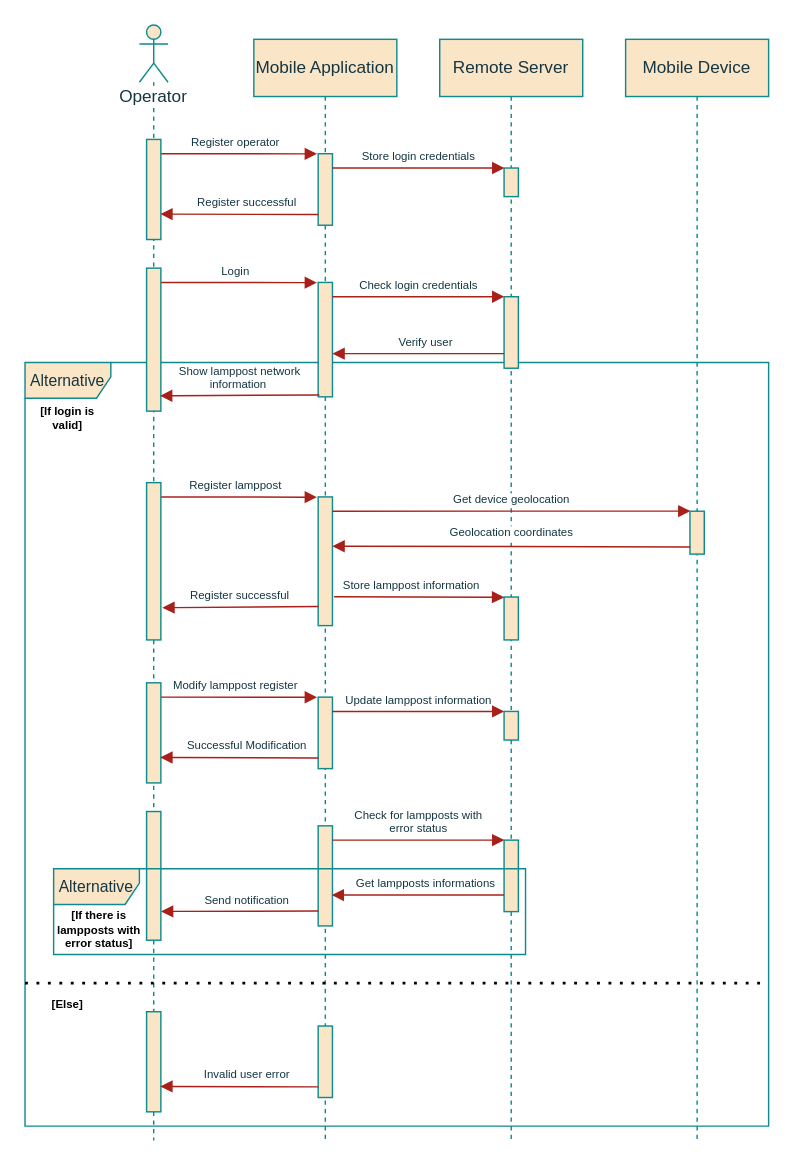
ESRGgroup9/slipad keeps this draw.io diagram as page "AppSystem_SeqDiagram" (3 of 6) of project/report/flowcharts/RemoteSystem.drawio. Above is the earlier version. Source tidied: cells renumbered, new cells numbered last; positions are measured from the earlier drawing's top-left corner, leaving out a move shared by most shapes. Both pictures are drawn from the tidied source at 143%, with x=0, y=0 at pixel (24, 24).
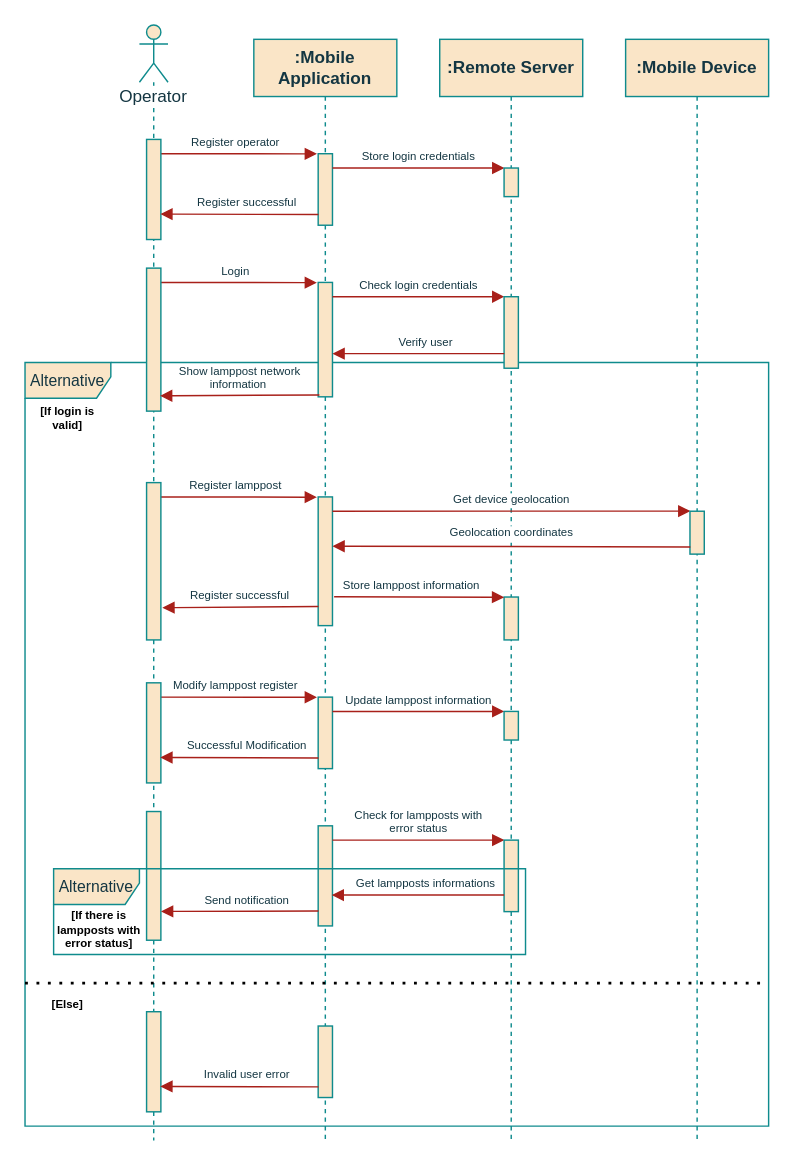
The same page after the edit.

Change to the diagram source:
```diff
@@
-    <mxCell id="6" value="Mobile Application" style="shape=umlLifeline;perimeter=lifelinePerimeter;whiteSpace=wrap;html=1;fillColor=#FAE5C7;strokeColor=#0F8B8D;fontColor=#143642;" parent="1" vertex="1">
+    <mxCell id="6" value="&lt;b&gt;:Mobile Application&lt;/b&gt;" style="shape=umlLifeline;perimeter=lifelinePerimeter;whiteSpace=wrap;html=1;fillColor=#FAE5C7;strokeColor=#0F8B8D;fontColor=#143642;" parent="1" vertex="1">
       <mxGeometry x="160" y="10" width="100" height="770" as="geometry" />
     </mxCell>
@@
-    <mxCell id="9" value="Remote Server" style="shape=umlLifeline;perimeter=lifelinePerimeter;whiteSpace=wrap;html=1;fillColor=#FAE5C7;strokeColor=#0F8B8D;fontColor=#143642;" parent="1" vertex="1">
+    <mxCell id="9" value="&lt;b&gt;:Remote Server&lt;/b&gt;" style="shape=umlLifeline;perimeter=lifelinePerimeter;whiteSpace=wrap;html=1;fillColor=#FAE5C7;strokeColor=#0F8B8D;fontColor=#143642;" parent="1" vertex="1">
       <mxGeometry x="290" y="10" width="100" height="770" as="geometry" />
     </mxCell>
@@
-    <mxCell id="41" value="Mobile Device" style="shape=umlLifeline;perimeter=lifelinePerimeter;whiteSpace=wrap;html=1;fillColor=#FAE5C7;strokeColor=#0F8B8D;fontColor=#143642;" parent="1" vertex="1">
+    <mxCell id="41" value="&lt;b&gt;:Mobile Device&lt;/b&gt;" style="shape=umlLifeline;perimeter=lifelinePerimeter;whiteSpace=wrap;html=1;fillColor=#FAE5C7;strokeColor=#0F8B8D;fontColor=#143642;" parent="1" vertex="1">
       <mxGeometry x="420" y="10" width="100" height="770" as="geometry" />
     </mxCell>
```
